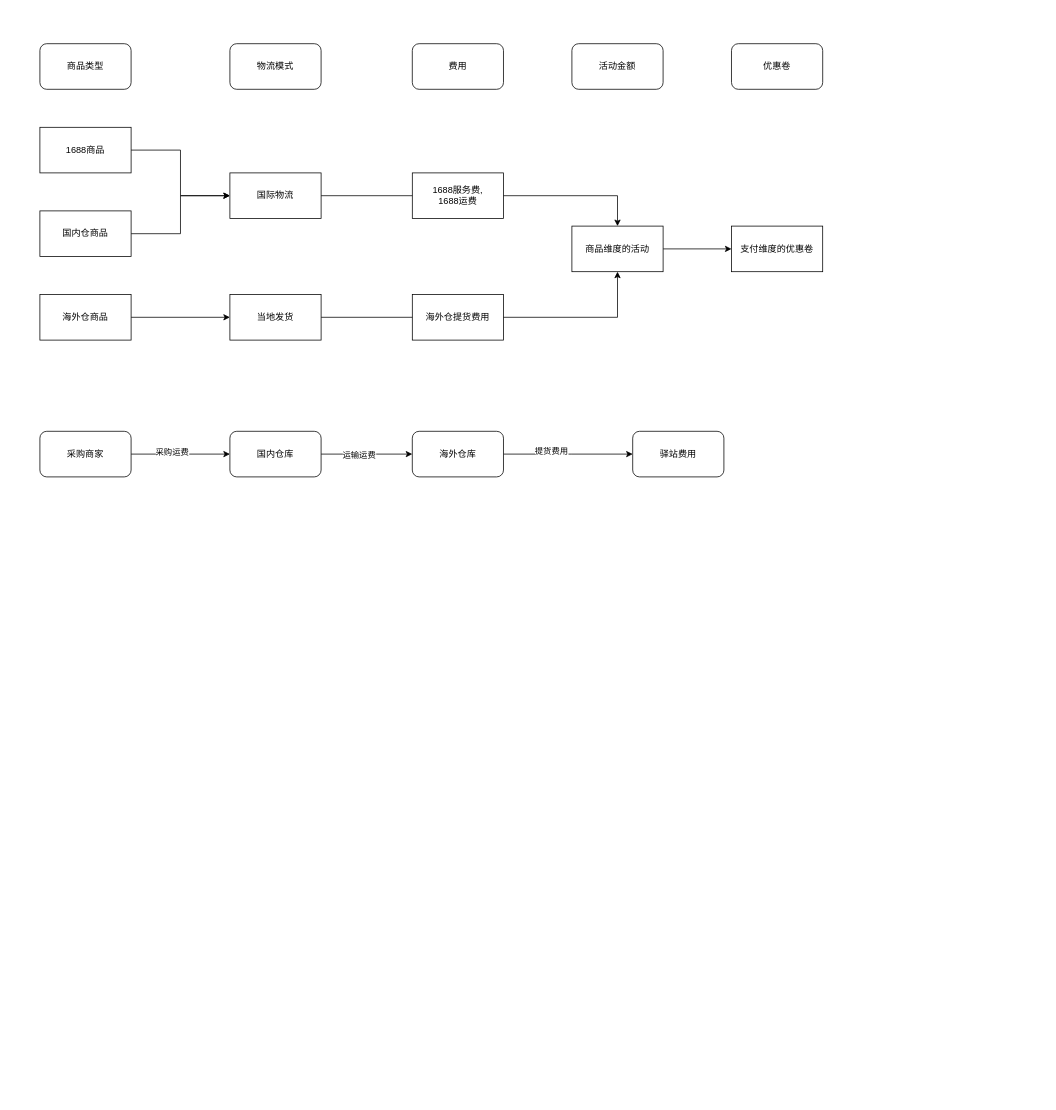
Before: orders.drawio in RoastGoose/order-center, a draw.io diagram. Source tidied: cells renumbered, new cells numbered last; positions are measured from the earlier drawing's top-left corner, leaving out a move shared by most shapes. Both pictures are drawn from the tidied source at 76%, with x=0, y=0 at pixel (13, 21).
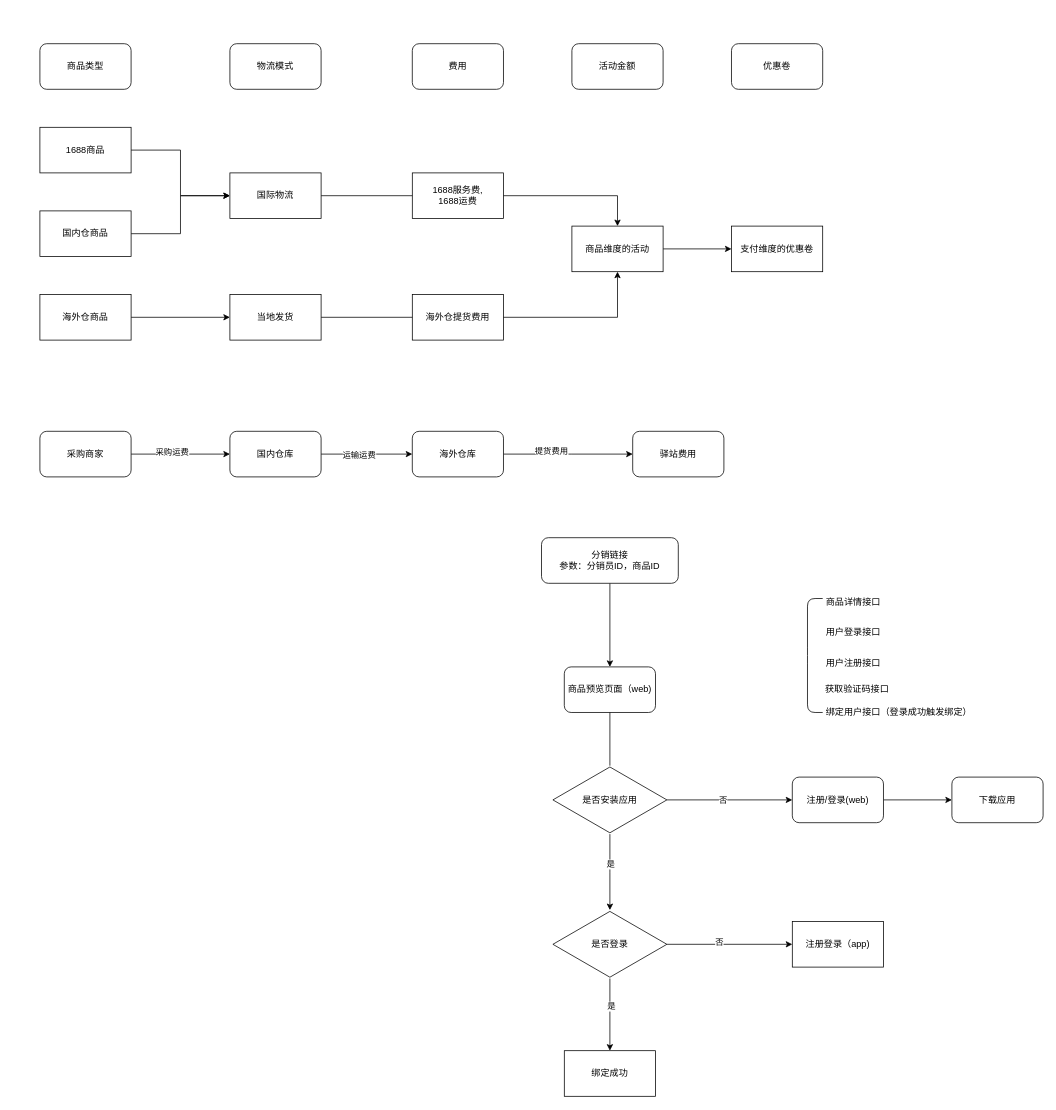
The same page after the edit.

Change to the diagram source:
```diff
@@
+    <mxCell id="33" style="edgeStyle=orthogonalEdgeStyle;rounded=0;jettySize=auto;html=1;" parent="1" edge="1" source="34" target="37">
+      <mxGeometry relative="1" as="geometry" />
+    </mxCell>
+    <mxCell id="34" value="分销链接&lt;br&gt;参数：分销员ID，商品ID" style="rounded=1;whiteSpace=wrap;html=1;" parent="1" vertex="1">
+      <mxGeometry x="695" y="680" width="180" height="60" as="geometry" />
+    </mxCell>
+    <mxCell id="35" style="edgeStyle=orthogonalEdgeStyle;rounded=0;jettySize=auto;html=1;startArrow=none;" parent="1" edge="1" source="43" target="39">
+      <mxGeometry relative="1" as="geometry" />
+    </mxCell>
+    <mxCell id="36" value="否" style="edgeLabel;html=1;align=center;verticalAlign=middle;" parent="35" vertex="1">
+      <mxGeometry x="-0.12" y="1" relative="1" as="geometry" />
+    </mxCell>
+    <mxCell id="37" value="商品预览页面（web)&lt;br&gt;" style="rounded=1;whiteSpace=wrap;html=1;" parent="1" vertex="1">
+      <mxGeometry x="725" y="850" width="120" height="60" as="geometry" />
+    </mxCell>
+    <mxCell id="38" style="edgeStyle=orthogonalEdgeStyle;rounded=0;jettySize=auto;html=1;" parent="1" edge="1" source="39" target="51">
+      <mxGeometry relative="1" as="geometry" />
+    </mxCell>
+    <mxCell id="39" value="注册/登录(web)" style="rounded=1;whiteSpace=wrap;html=1;" parent="1" vertex="1">
+      <mxGeometry x="1025" y="995" width="120" height="60" as="geometry" />
+    </mxCell>
+    <mxCell id="40" style="edgeStyle=orthogonalEdgeStyle;rounded=0;jettySize=auto;html=1;endArrow=none;" parent="1" edge="1" source="37" target="43">
+      <mxGeometry relative="1" as="geometry" />
+    </mxCell>
+    <mxCell id="41" style="edgeStyle=orthogonalEdgeStyle;rounded=0;jettySize=auto;html=1;" parent="1" edge="1" source="43">
+      <mxGeometry relative="1" as="geometry">
+        <mxPoint x="785" y="1170" as="targetPoint" />
+      </mxGeometry>
+    </mxCell>
+    <mxCell id="42" value="是" style="edgeLabel;html=1;align=center;verticalAlign=middle;" parent="41" vertex="1">
+      <mxGeometry x="-0.22" relative="1" as="geometry" />
+    </mxCell>
+    <mxCell id="43" value="是否安装应用" style="html=1;whiteSpace=wrap;shape=isoRectangle;" parent="1" vertex="1">
+      <mxGeometry x="710" y="980" width="150" height="90" as="geometry" />
+    </mxCell>
+    <mxCell id="44" style="edgeStyle=orthogonalEdgeStyle;rounded=0;jettySize=auto;html=1;" parent="1" edge="1" source="48" target="49">
+      <mxGeometry relative="1" as="geometry" />
+    </mxCell>
+    <mxCell id="45" value="否" style="edgeLabel;html=1;align=center;verticalAlign=middle;" parent="44" vertex="1">
+      <mxGeometry x="-0.18" y="4" relative="1" as="geometry" />
+    </mxCell>
+    <mxCell id="46" style="edgeStyle=orthogonalEdgeStyle;rounded=0;jettySize=auto;html=1;" parent="1" edge="1" source="48" target="50">
+      <mxGeometry relative="1" as="geometry" />
+    </mxCell>
+    <mxCell id="47" value="是" style="edgeLabel;html=1;align=center;verticalAlign=middle;" parent="46" vertex="1">
+      <mxGeometry x="-0.24" y="1" relative="1" as="geometry" />
+    </mxCell>
+    <mxCell id="48" value="是否登录" style="html=1;whiteSpace=wrap;shape=isoRectangle;" parent="1" vertex="1">
+      <mxGeometry x="710" y="1170" width="150" height="90" as="geometry" />
+    </mxCell>
+    <mxCell id="49" value="注册登录（app)" style="whiteSpace=wrap;html=1;" parent="1" vertex="1">
+      <mxGeometry x="1025" y="1185" width="120" height="60" as="geometry" />
+    </mxCell>
+    <mxCell id="50" value="绑定成功" style="whiteSpace=wrap;html=1;" parent="1" vertex="1">
+      <mxGeometry x="725" y="1355" width="120" height="60" as="geometry" />
+    </mxCell>
+    <mxCell id="51" value="下载应用" style="rounded=1;whiteSpace=wrap;html=1;" parent="1" vertex="1">
+      <mxGeometry x="1235" y="995" width="120" height="60" as="geometry" />
+    </mxCell>
+    <mxCell id="52" style="shape=curlyBracket;whiteSpace=wrap;html=1;rounded=1;labelPosition=left;verticalLabelPosition=middle;align=right;verticalAlign=middle;size=0;" parent="1" vertex="1">
+      <mxGeometry x="1045" y="760" width="20" height="150" as="geometry" />
+    </mxCell>
+    <mxCell id="53" value="商品详情接口" style="text;html=1;align=center;verticalAlign=middle;strokeColor=none;fillColor=none;" parent="1" vertex="1">
+      <mxGeometry x="1055" y="750" width="100" height="30" as="geometry" />
+    </mxCell>
+    <mxCell id="54" value="用户登录接口" style="text;html=1;align=center;verticalAlign=middle;strokeColor=none;fillColor=none;" parent="1" vertex="1">
+      <mxGeometry x="1055" y="790" width="100" height="30" as="geometry" />
+    </mxCell>
+    <mxCell id="55" value="用户注册接口" style="text;html=1;align=center;verticalAlign=middle;strokeColor=none;fillColor=none;" parent="1" vertex="1">
+      <mxGeometry x="1055" y="830" width="100" height="30" as="geometry" />
+    </mxCell>
+    <mxCell id="56" value="获取验证码接口" style="text;html=1;align=center;verticalAlign=middle;strokeColor=none;fillColor=none;" parent="1" vertex="1">
+      <mxGeometry x="1055" y="865" width="110" height="30" as="geometry" />
+    </mxCell>
+    <mxCell id="57" value="绑定用户接口（登录成功触发绑定）" style="text;html=1;align=center;verticalAlign=middle;strokeColor=none;fillColor=none;" parent="1" vertex="1">
+      <mxGeometry x="1055" y="895" width="220" height="30" as="geometry" />
+    </mxCell>
```
